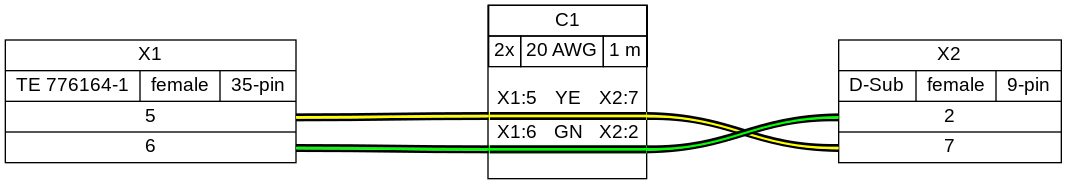
Above: examples/ex07.png in wireviz/WireViz (Graphviz), before the change. Its source is kept beside it as examples/ex07.gv. The source it was exported from:
```dot
graph {
	graph [bgcolor=white fontname=arial nodesep=0.33 rankdir=LR ranksep=2]
	node [fillcolor=white fontname=arial shape=record style=filled]
	edge [fontname=arial style=bold]
	X1 [label="X1|{TE 776164-1|female|35-pin}|{{<p5r>5|<p6r>6}}"]
	X2 [label="X2|{D-Sub|female|9-pin}|{{<p2l>2|<p7l>7}}"]
	edge [color="#000000:#ffff00:#000000"]
	X1:p5r:e -- C1:w1:w
	C1:w1:e -- X2:p7l:w
	edge [color="#000000:#00ff00:#000000"]
	X1:p6r:e -- C1:w2:w
	C1:w2:e -- X2:p2l:w
	C1 [label=<<table border="0" cellspacing="0" cellpadding="0"><tr><td><table border="0" cellspacing="0" cellpadding="3" cellborder="1"><tr><td colspan="3">C1</td></tr><tr><td>2x</td><td>20 AWG</td><td>1 m</td></tr></table></td></tr><tr><td>&nbsp;</td></tr><tr><td><table border="0" cellspacing="0" cellborder="0"><tr><td>X1:5</td><td>YE</td><td>X2:7</td></tr><tr><td colspan="3" cellpadding="0" height="6" bgcolor="#ffff00" border="2" sides="tb" port="w1"></td></tr><tr><td>X1:6</td><td>GN</td><td>X2:2</td></tr><tr><td colspan="3" cellpadding="0" height="6" bgcolor="#00ff00" border="2" sides="tb" port="w2"></td></tr><tr><td>&nbsp;</td></tr></table></td></tr></table>> fillcolor=white margin=0 shape=box style=""]
}
```
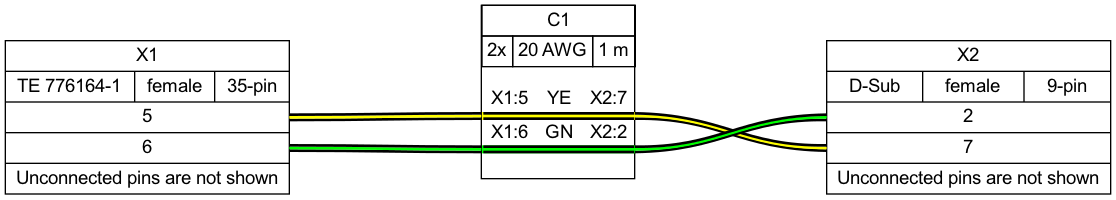
Above is the later version.

Diff of the diagram source:
```diff
@@ -2,8 +2,8 @@
 	graph [bgcolor=white fontname=arial nodesep=0.33 rankdir=LR ranksep=2]
 	node [fillcolor=white fontname=arial shape=record style=filled]
 	edge [fontname=arial style=bold]
-	X1 [label="X1|{TE 776164-1|female|35-pin}|{{<p5r>5|<p6r>6}}"]
-	X2 [label="X2|{D-Sub|female|9-pin}|{{<p2l>2|<p7l>7}}"]
+	X1 [label="X1|{TE 776164-1|female|35-pin}|{{<p5r>5|<p6r>6}}|Unconnected pins are not shown"]
+	X2 [label="X2|{D-Sub|female|9-pin}|{{<p2l>2|<p7l>7}}|Unconnected pins are not shown"]
 	edge [color="#000000:#ffff00:#000000"]
 	X1:p5r:e -- C1:w1:w
 	C1:w1:e -- X2:p7l:w
```
